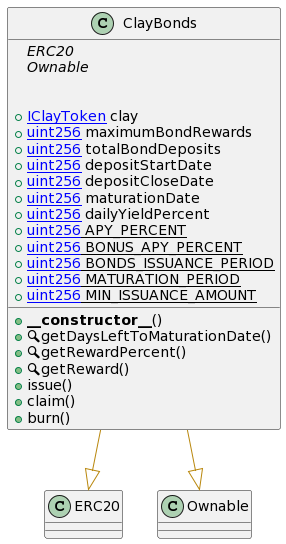
Earlier version of the PlantUML export uml-diagrams/Sumero Contracts UML/ClayBonds.png (SumeroApp/sumero-contracts). The source it was exported from:
```plantuml
@startuml





class ClayBonds {
	{abstract}ERC20
	{abstract}Ownable


	+[[IClayToken]] clay
	+[[uint256]] maximumBondRewards
	+[[uint256]] totalBondDeposits
	+[[uint256]] depositStartDate
	+[[uint256]] depositCloseDate
	+[[uint256]] maturationDate
	+[[uint256]] dailyYieldPercent
	+{static}[[uint256]] APY_PERCENT
	+{static}[[uint256]] BONUS_APY_PERCENT
	+{static}[[uint256]] BONDS_ISSUANCE_PERIOD
	+{static}[[uint256]] MATURATION_PERIOD
	+{static}[[uint256]] MIN_ISSUANCE_AMOUNT

	+**__constructor__**()
	+🔍getDaysLeftToMaturationDate()
	+🔍getRewardPercent()
	+🔍getReward()
	+issue()
	+claim()
	+burn()

}
ClayBonds --[#DarkGoldenRod]|> ERC20
ClayBonds --[#DarkGoldenRod]|> Ownable
@enduml
```
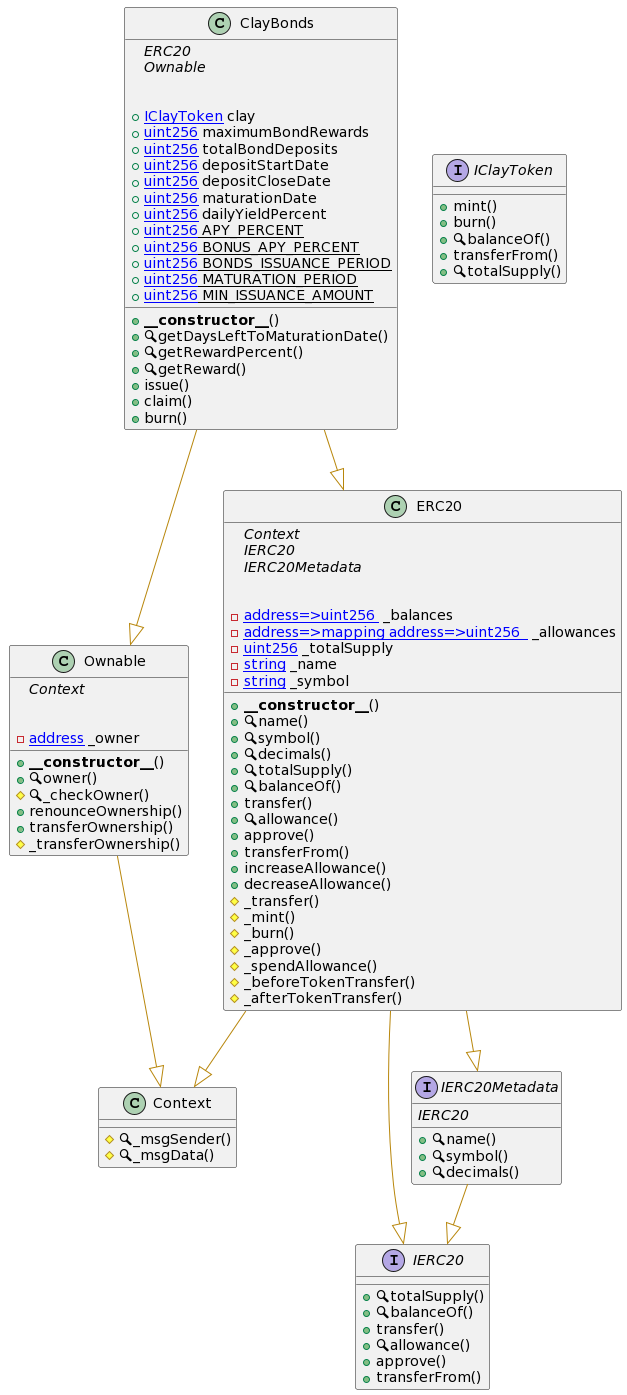
The same diagram one commit later.

Diff of the diagram source:
```diff
@@ -2,6 +2,106 @@
 
 
 
+
+
+class Context {
+
+
+
+	#🔍_msgSender()
+	#🔍_msgData()
+
+}
+
+
+interface IERC20 {
+
+
+
+	+🔍totalSupply()
+	+🔍balanceOf()
+	+transfer()
+	+🔍allowance()
+	+approve()
+	+transferFrom()
+
+}
+
+
+interface IERC20Metadata {
+	{abstract}IERC20
+
+
+
+	+🔍name()
+	+🔍symbol()
+	+🔍decimals()
+
+}
+
+
+class Ownable {
+	{abstract}Context
+
+
+	-[[address]] _owner
+
+	+**__constructor__**()
+	+🔍owner()
+	#🔍_checkOwner()
+	+renounceOwnership()
+	+transferOwnership()
+	#_transferOwnership()
+
+}
+
+
+class ERC20 {
+	{abstract}Context
+	{abstract}IERC20
+	{abstract}IERC20Metadata
+
+
+	-[[mapping address=>uint256 ]] _balances
+	-[[mapping address=>mapping address=>uint256  ]] _allowances
+	-[[uint256]] _totalSupply
+	-[[string]] _name
+	-[[string]] _symbol
+
+	+**__constructor__**()
+	+🔍name()
+	+🔍symbol()
+	+🔍decimals()
+	+🔍totalSupply()
+	+🔍balanceOf()
+	+transfer()
+	+🔍allowance()
+	+approve()
+	+transferFrom()
+	+increaseAllowance()
+	+decreaseAllowance()
+	#_transfer()
+	#_mint()
+	#_burn()
+	#_approve()
+	#_spendAllowance()
+	#_beforeTokenTransfer()
+	#_afterTokenTransfer()
+
+}
+
+
+interface IClayToken {
+
+
+
+	+mint()
+	+burn()
+	+🔍balanceOf()
+	+transferFrom()
+	+🔍totalSupply()
+
+}
 
 
 class ClayBonds {
@@ -31,6 +131,11 @@
 	+burn()
 
 }
+IERC20Metadata --[#DarkGoldenRod]|> IERC20
+Ownable --[#DarkGoldenRod]|> Context
+ERC20 --[#DarkGoldenRod]|> Context
+ERC20 --[#DarkGoldenRod]|> IERC20
+ERC20 --[#DarkGoldenRod]|> IERC20Metadata
 ClayBonds --[#DarkGoldenRod]|> ERC20
 ClayBonds --[#DarkGoldenRod]|> Ownable
 @enduml
```
